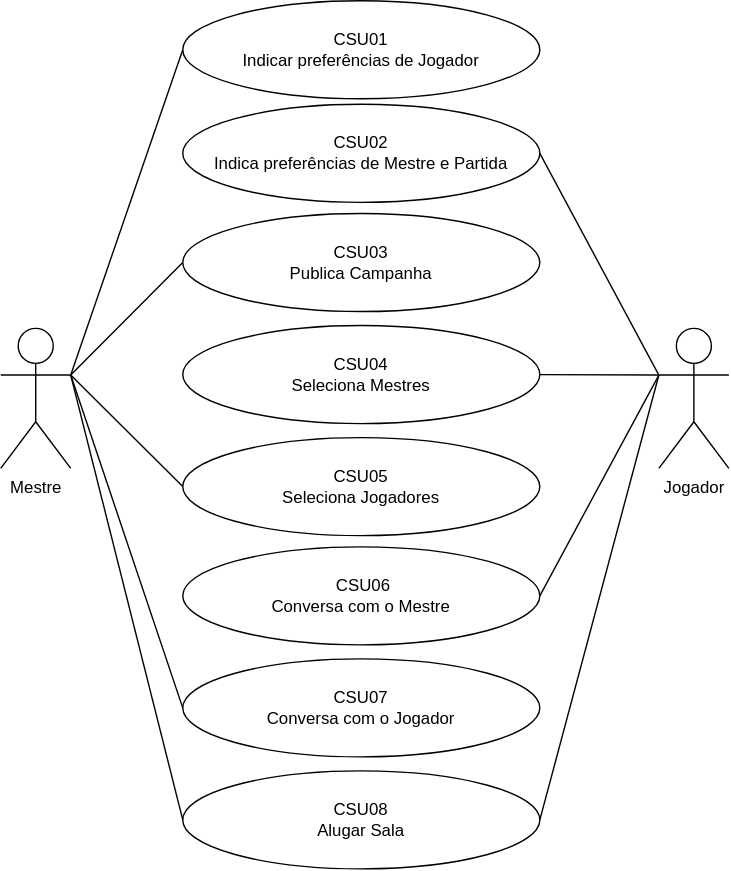
Earlier version of the draw.io export images/Casos de Uso.drawio.svg (marappoli/RollYourTable). Source tidied: cells renumbered, new cells last; positions are measured from the earlier drawing's top-left corner, leaving out a move shared by most shapes. Source of this version:
```xml
<mxGraphModel>
  <root>
    <mxCell id="0" />
    <mxCell id="1" parent="0" />
    <mxCell id="2" value="Mestre" style="shape=umlActor;verticalLabelPosition=bottom;verticalAlign=top;html=1;outlineConnect=0;" parent="1" vertex="1">
      <mxGeometry y="234" width="50" height="100" as="geometry" />
    </mxCell>
    <mxCell id="3" value="CSU03&lt;br&gt;Publica Campanha" style="ellipse;whiteSpace=wrap;html=1;" parent="1" vertex="1">
      <mxGeometry x="130" y="152" width="255" height="70" as="geometry" />
    </mxCell>
    <mxCell id="4" style="endArrow=none;html=1;rounded=0;exitX=1;exitY=0.3333333333333333;exitDx=0;exitDy=0;exitPerimeter=0;entryX=0;entryY=0.5;entryDx=0;entryDy=0;" parent="1" edge="1" source="2" target="3">
      <mxGeometry relative="1" as="geometry" />
    </mxCell>
    <mxCell id="5" style="endArrow=none;html=1;rounded=0;exitX=1;exitY=0.3333333333333333;exitDx=0;exitDy=0;exitPerimeter=0;entryX=0;entryY=0.5;entryDx=0;entryDy=0;" parent="1" edge="1" source="2">
      <mxGeometry relative="1" as="geometry">
        <mxPoint x="130" y="347" as="targetPoint" />
      </mxGeometry>
    </mxCell>
    <mxCell id="6" value="CSU05&lt;br&gt;Seleciona Jogadores" style="ellipse;whiteSpace=wrap;html=1;" parent="1" vertex="1">
      <mxGeometry x="130" y="312" width="255" height="70" as="geometry" />
    </mxCell>
    <mxCell id="7" value="Jogador" style="shape=umlActor;verticalLabelPosition=bottom;verticalAlign=top;html=1;outlineConnect=0;" parent="1" vertex="1">
      <mxGeometry x="470" y="234" width="50" height="100" as="geometry" />
    </mxCell>
    <mxCell id="8" style="endArrow=none;html=1;rounded=0;entryX=0;entryY=0.3333333333333333;entryDx=0;entryDy=0;entryPerimeter=0;exitX=1;exitY=0.5;exitDx=0;exitDy=0;" parent="1" edge="1" source="9" target="7">
      <mxGeometry relative="1" as="geometry" />
    </mxCell>
    <mxCell id="9" value="CSU04&lt;br&gt;Seleciona Mestres" style="ellipse;whiteSpace=wrap;html=1;" parent="1" vertex="1">
      <mxGeometry x="130" y="232" width="255" height="70" as="geometry" />
    </mxCell>
    <mxCell id="10" value="CSU07&lt;br&gt;Conversa com o Jogador" style="ellipse;whiteSpace=wrap;html=1;" parent="1" vertex="1">
      <mxGeometry x="130" y="470" width="255" height="70" as="geometry" />
    </mxCell>
    <mxCell id="11" value="CSU01&lt;br&gt;Indicar preferências de Jogador" style="ellipse;whiteSpace=wrap;html=1;" parent="1" vertex="1">
      <mxGeometry x="130" width="255" height="70" as="geometry" />
    </mxCell>
    <mxCell id="12" style="endArrow=none;html=1;rounded=0;exitX=1;exitY=0.5;exitDx=0;exitDy=0;entryX=0;entryY=0.3333333333333333;entryDx=0;entryDy=0;entryPerimeter=0;" parent="1" edge="1" source="16" target="7">
      <mxGeometry relative="1" as="geometry" />
    </mxCell>
    <mxCell id="13" style="endArrow=none;html=1;rounded=0;entryX=0;entryY=0.5;entryDx=0;entryDy=0;exitX=1;exitY=0.3333333333333333;exitDx=0;exitDy=0;exitPerimeter=0;" parent="1" edge="1" source="2" target="11">
      <mxGeometry relative="1" as="geometry" />
    </mxCell>
    <mxCell id="14" style="endArrow=none;html=1;rounded=0;exitX=1;exitY=0.3333333333333333;exitDx=0;exitDy=0;exitPerimeter=0;entryX=0;entryY=0.5;entryDx=0;entryDy=0;" parent="1" edge="1" source="2" target="10">
      <mxGeometry relative="1" as="geometry" />
    </mxCell>
    <mxCell id="15" style="endArrow=none;html=1;rounded=0;exitX=1;exitY=0.5;exitDx=0;exitDy=0;entryX=0;entryY=0.3333333333333333;entryDx=0;entryDy=0;entryPerimeter=0;" parent="1" edge="1" source="17" target="7">
      <mxGeometry relative="1" as="geometry" />
    </mxCell>
    <mxCell id="16" value="CSU02&lt;br&gt;Indica preferências de Mestre e Partida" style="ellipse;whiteSpace=wrap;html=1;" parent="1" vertex="1">
      <mxGeometry x="130" y="74" width="255" height="70" as="geometry" />
    </mxCell>
    <mxCell id="17" value="&amp;nbsp;CSU06&lt;br&gt;Conversa&amp;nbsp;com o Mestre" style="ellipse;whiteSpace=wrap;html=1;" parent="1" vertex="1">
      <mxGeometry x="130" y="390" width="255" height="70" as="geometry" />
    </mxCell>
    <mxCell id="18" value="CSU08&lt;br&gt;Alugar Sala" style="ellipse;whiteSpace=wrap;html=1;" parent="1" vertex="1">
      <mxGeometry x="130" y="550" width="255" height="70" as="geometry" />
    </mxCell>
    <mxCell id="19" style="endArrow=none;html=1;rounded=0;entryX=0;entryY=0.3333333333333333;entryDx=0;entryDy=0;entryPerimeter=0;exitX=1;exitY=0.5;exitDx=0;exitDy=0;" parent="1" edge="1" source="18" target="7">
      <mxGeometry relative="1" as="geometry" />
    </mxCell>
    <mxCell id="20" style="endArrow=none;html=1;rounded=0;entryX=1;entryY=0.3333333333333333;entryDx=0;entryDy=0;entryPerimeter=0;exitX=0;exitY=0.5;exitDx=0;exitDy=0;" parent="1" edge="1" source="18" target="2">
      <mxGeometry relative="1" as="geometry" />
    </mxCell>
  </root>
</mxGraphModel>
```
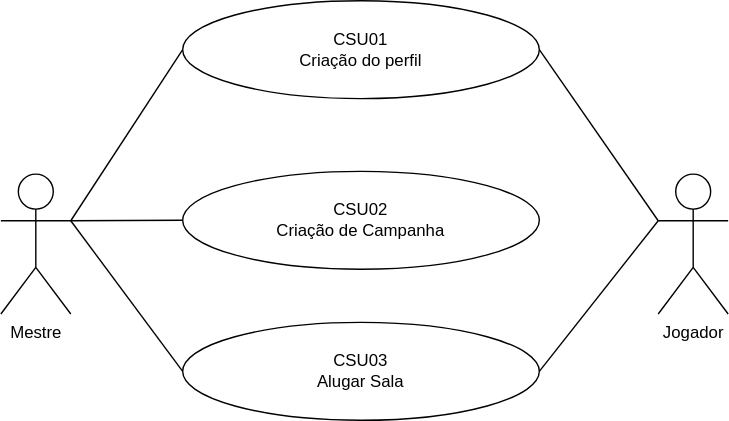
The same file after the commit.

Diff of the diagram source:
```diff
@@ -5,55 +5,26 @@
     <mxCell id="2" value="Mestre" style="shape=umlActor;verticalLabelPosition=bottom;verticalAlign=top;html=1;outlineConnect=0;" parent="1" vertex="1">
       <mxGeometry y="234" width="50" height="100" as="geometry" />
     </mxCell>
-    <mxCell id="3" value="CSU03&lt;br&gt;Publica Campanha" style="ellipse;whiteSpace=wrap;html=1;" parent="1" vertex="1">
-      <mxGeometry x="130" y="152" width="255" height="70" as="geometry" />
+    <mxCell id="3" value="CSU02&lt;br&gt;Criação de Campanha" style="ellipse;whiteSpace=wrap;html=1;" parent="1" vertex="1">
+      <mxGeometry x="130" y="232" width="255" height="70" as="geometry" />
     </mxCell>
     <mxCell id="4" style="endArrow=none;html=1;rounded=0;exitX=1;exitY=0.3333333333333333;exitDx=0;exitDy=0;exitPerimeter=0;entryX=0;entryY=0.5;entryDx=0;entryDy=0;" parent="1" edge="1" source="2" target="3">
       <mxGeometry relative="1" as="geometry" />
     </mxCell>
-    <mxCell id="5" style="endArrow=none;html=1;rounded=0;exitX=1;exitY=0.3333333333333333;exitDx=0;exitDy=0;exitPerimeter=0;entryX=0;entryY=0.5;entryDx=0;entryDy=0;" parent="1" edge="1" source="2">
-      <mxGeometry relative="1" as="geometry">
-        <mxPoint x="130" y="347" as="targetPoint" />
-      </mxGeometry>
-    </mxCell>
-    <mxCell id="6" value="CSU05&lt;br&gt;Seleciona Jogadores" style="ellipse;whiteSpace=wrap;html=1;" parent="1" vertex="1">
-      <mxGeometry x="130" y="312" width="255" height="70" as="geometry" />
-    </mxCell>
     <mxCell id="7" value="Jogador" style="shape=umlActor;verticalLabelPosition=bottom;verticalAlign=top;html=1;outlineConnect=0;" parent="1" vertex="1">
       <mxGeometry x="470" y="234" width="50" height="100" as="geometry" />
     </mxCell>
-    <mxCell id="8" style="endArrow=none;html=1;rounded=0;entryX=0;entryY=0.3333333333333333;entryDx=0;entryDy=0;entryPerimeter=0;exitX=1;exitY=0.5;exitDx=0;exitDy=0;" parent="1" edge="1" source="9" target="7">
-      <mxGeometry relative="1" as="geometry" />
-    </mxCell>
-    <mxCell id="9" value="CSU04&lt;br&gt;Seleciona Mestres" style="ellipse;whiteSpace=wrap;html=1;" parent="1" vertex="1">
-      <mxGeometry x="130" y="232" width="255" height="70" as="geometry" />
-    </mxCell>
-    <mxCell id="10" value="CSU07&lt;br&gt;Conversa com o Jogador" style="ellipse;whiteSpace=wrap;html=1;" parent="1" vertex="1">
-      <mxGeometry x="130" y="470" width="255" height="70" as="geometry" />
-    </mxCell>
-    <mxCell id="11" value="CSU01&lt;br&gt;Indicar preferências de Jogador" style="ellipse;whiteSpace=wrap;html=1;" parent="1" vertex="1">
-      <mxGeometry x="130" width="255" height="70" as="geometry" />
+    <mxCell id="11" value="CSU01&lt;br&gt;Criação do perfil" style="ellipse;whiteSpace=wrap;html=1;" parent="1" vertex="1">
+      <mxGeometry x="130" y="110" width="255" height="70" as="geometry" />
     </mxCell>
-    <mxCell id="12" style="endArrow=none;html=1;rounded=0;exitX=1;exitY=0.5;exitDx=0;exitDy=0;entryX=0;entryY=0.3333333333333333;entryDx=0;entryDy=0;entryPerimeter=0;" parent="1" edge="1" source="16" target="7">
+    <mxCell id="12" style="endArrow=none;html=1;rounded=0;exitX=1;exitY=0.5;exitDx=0;exitDy=0;entryX=0;entryY=0.3333333333333333;entryDx=0;entryDy=0;entryPerimeter=0;" parent="1" edge="1" source="11" target="7">
       <mxGeometry relative="1" as="geometry" />
     </mxCell>
     <mxCell id="13" style="endArrow=none;html=1;rounded=0;entryX=0;entryY=0.5;entryDx=0;entryDy=0;exitX=1;exitY=0.3333333333333333;exitDx=0;exitDy=0;exitPerimeter=0;" parent="1" edge="1" source="2" target="11">
       <mxGeometry relative="1" as="geometry" />
     </mxCell>
-    <mxCell id="14" style="endArrow=none;html=1;rounded=0;exitX=1;exitY=0.3333333333333333;exitDx=0;exitDy=0;exitPerimeter=0;entryX=0;entryY=0.5;entryDx=0;entryDy=0;" parent="1" edge="1" source="2" target="10">
-      <mxGeometry relative="1" as="geometry" />
-    </mxCell>
-    <mxCell id="15" style="endArrow=none;html=1;rounded=0;exitX=1;exitY=0.5;exitDx=0;exitDy=0;entryX=0;entryY=0.3333333333333333;entryDx=0;entryDy=0;entryPerimeter=0;" parent="1" edge="1" source="17" target="7">
-      <mxGeometry relative="1" as="geometry" />
-    </mxCell>
-    <mxCell id="16" value="CSU02&lt;br&gt;Indica preferências de Mestre e Partida" style="ellipse;whiteSpace=wrap;html=1;" parent="1" vertex="1">
-      <mxGeometry x="130" y="74" width="255" height="70" as="geometry" />
-    </mxCell>
-    <mxCell id="17" value="&amp;nbsp;CSU06&lt;br&gt;Conversa&amp;nbsp;com o Mestre" style="ellipse;whiteSpace=wrap;html=1;" parent="1" vertex="1">
-      <mxGeometry x="130" y="390" width="255" height="70" as="geometry" />
-    </mxCell>
-    <mxCell id="18" value="CSU08&lt;br&gt;Alugar Sala" style="ellipse;whiteSpace=wrap;html=1;" parent="1" vertex="1">
-      <mxGeometry x="130" y="550" width="255" height="70" as="geometry" />
+    <mxCell id="18" value="CSU03&lt;br&gt;Alugar Sala" style="ellipse;whiteSpace=wrap;html=1;" parent="1" vertex="1">
+      <mxGeometry x="130" y="340" width="255" height="70" as="geometry" />
     </mxCell>
     <mxCell id="19" style="endArrow=none;html=1;rounded=0;entryX=0;entryY=0.3333333333333333;entryDx=0;entryDy=0;entryPerimeter=0;exitX=1;exitY=0.5;exitDx=0;exitDy=0;" parent="1" edge="1" source="18" target="7">
       <mxGeometry relative="1" as="geometry" />
```
